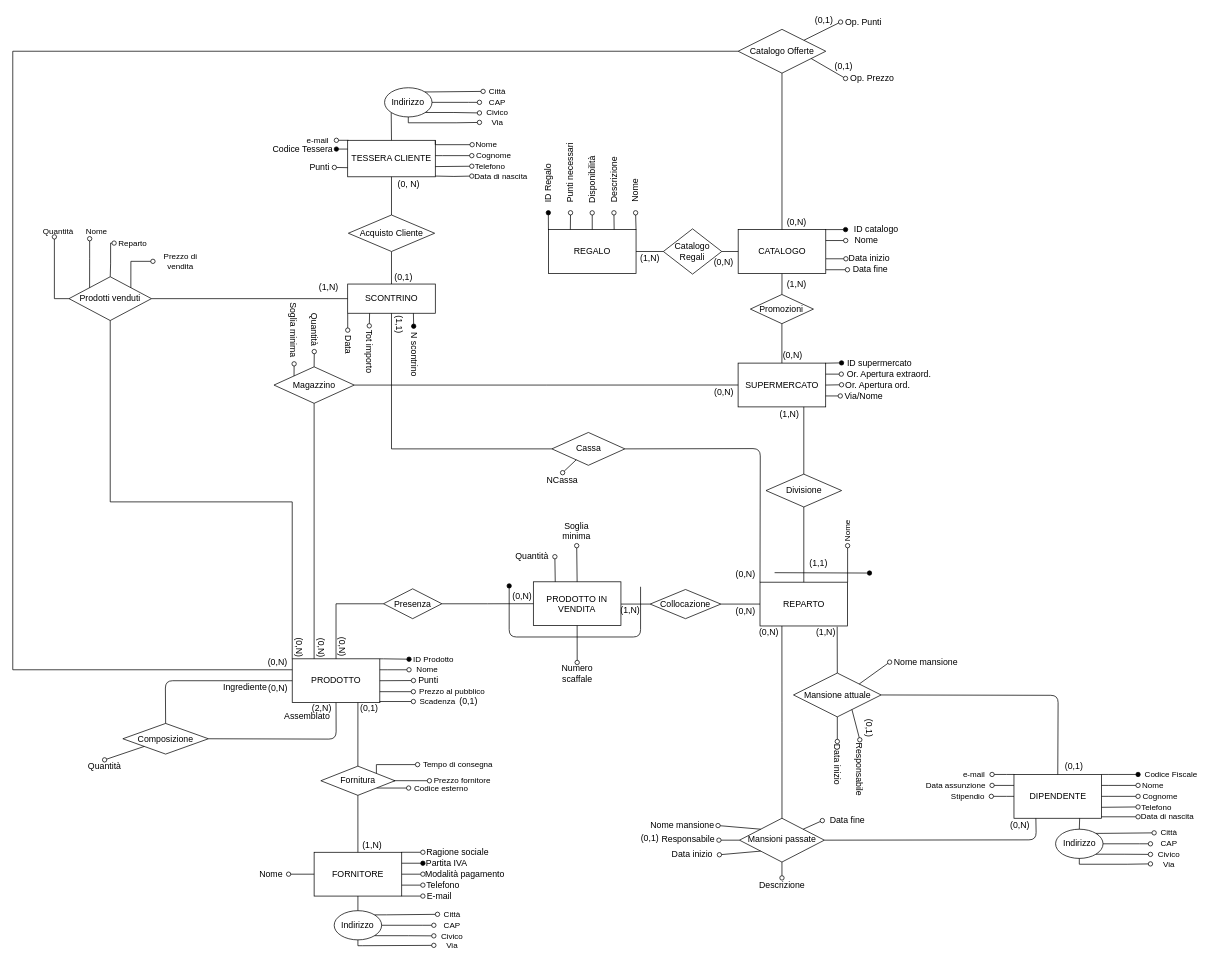
Ghianda22/Effelunga keeps this draw.io diagram as page "Pagina-1" (1 of 2) of preparativi/Tentativo_disperatissimo.drawio. Above is the earlier version. Source tidied: cells renumbered, new cells numbered last; positions are measured from the earlier drawing's top-left corner, leaving out a move shared by most shapes. Both pictures are drawn from the tidied source at 73%, with x=0, y=0 at pixel (12, 12).
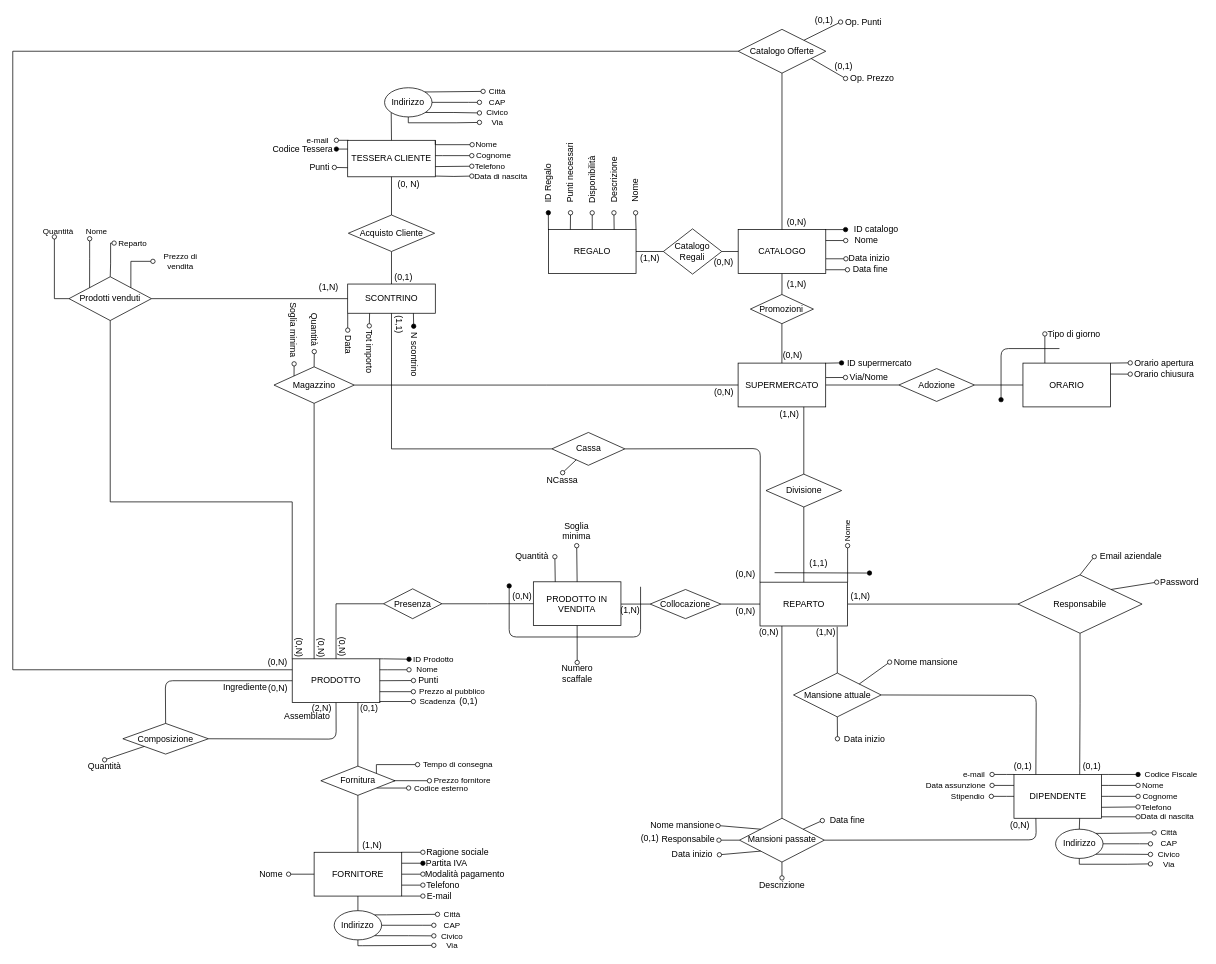
The same diagram, later.

Unchanged cells that the change refers to:
```xml
<mxCell id="2" value="SUPERMERCATO" style="rounded=0;whiteSpace=wrap;html=1;" parent="1" vertex="1">
  <mxGeometry x="993.6" y="479.9" width="120" height="60" as="geometry" />
</mxCell>
<mxCell id="9" value="REPARTO" style="rounded=0;whiteSpace=wrap;html=1;" parent="1" vertex="1">
  <mxGeometry x="1023.6" y="780" width="120" height="60" as="geometry" />
</mxCell>
<mxCell id="14" value="DIPENDENTE" style="rounded=0;whiteSpace=wrap;html=1;" parent="1" vertex="1">
  <mxGeometry x="1371.5" y="1043.4" width="120" height="60" as="geometry" />
</mxCell>
<mxCell id="214" value="Mansione attuale" style="rhombus;rounded=0;whiteSpace=wrap;html=1;" parent="1" vertex="1">
  <mxGeometry x="1069.5" y="904.5" width="120" height="60" as="geometry" />
</mxCell>
```

The edit, as a diff of the source:
```diff
@@
+    <mxCell id="255" style="edgeStyle=orthogonalEdgeStyle;rounded=0;jettySize=auto;html=1;endArrow=none;endFill=0;entryX=0;entryY=0.5;entryDx=0;entryDy=0;" parent="1" edge="1" source="2" target="258">
+      <mxGeometry relative="1" as="geometry" />
+    </mxCell>
@@
-    <mxCell id="3" style="endArrow=none;html=1;entryX=1;entryY=0.75;entryDx=0;entryDy=0;endFill=0;startArrow=oval;startFill=0;exitX=0;exitY=0.5;exitDx=0;exitDy=0;" parent="1" edge="1" source="4">
-      <mxGeometry relative="1" as="geometry">
-        <mxPoint x="1113.6" y="510" as="targetPoint" />
-      </mxGeometry>
-    </mxCell>
-    <mxCell id="4" value="Or. Apertura ord." style="text;html=1;strokeColor=none;fillColor=none;align=center;verticalAlign=middle;whiteSpace=wrap;rounded=0;rotation=0;" parent="1" vertex="1">
-      <mxGeometry x="1135.3" y="489.6" width="100" height="40" as="geometry" />
-    </mxCell>
-    <mxCell id="5" style="endArrow=none;html=1;endFill=0;startArrow=oval;startFill=0;exitX=0;exitY=0.5;exitDx=0;exitDy=0;entryX=1;entryY=0.5;entryDx=0;entryDy=0;" parent="1" edge="1" source="6">
-      <mxGeometry relative="1" as="geometry">
-        <mxPoint x="1113.6" y="495" as="targetPoint" />
-      </mxGeometry>
-    </mxCell>
-    <mxCell id="6" value="Or. Apertura extraord." style="text;html=1;strokeColor=none;fillColor=none;align=center;verticalAlign=middle;whiteSpace=wrap;rounded=0;rotation=0;" parent="1" vertex="1">
-      <mxGeometry x="1135" y="485" width="131.2" height="20" as="geometry" />
-    </mxCell>
@@
+    <mxCell id="256" style="edgeStyle=orthogonalEdgeStyle;rounded=0;jettySize=auto;html=1;startArrow=none;startFill=0;endArrow=none;endFill=0;" parent="1" edge="1" source="9" target="222">
+      <mxGeometry relative="1" as="geometry" />
+    </mxCell>
@@
-    <mxCell id="110" style="endArrow=none;html=1;endFill=0;startArrow=oval;startFill=0;exitX=0;exitY=0.5;exitDx=0;exitDy=0;entryX=1;entryY=0.75;entryDx=0;entryDy=0;" parent="1" edge="1" source="111" target="2">
+    <mxCell id="110" style="endArrow=none;html=1;endFill=0;startArrow=oval;startFill=0;exitX=0;exitY=0.5;exitDx=0;exitDy=0;entryX=1.002;entryY=0.33;entryDx=0;entryDy=0;entryPerimeter=0;" parent="1" edge="1" source="111" target="2">
       <mxGeometry relative="1" as="geometry" />
     </mxCell>
     <mxCell id="111" value="Via/Nome" style="text;html=1;strokeColor=none;fillColor=none;align=center;verticalAlign=middle;whiteSpace=wrap;rounded=0;" parent="1" vertex="1">
-      <mxGeometry x="1133.6" y="514.9" width="64.4" height="20" as="geometry" />
+      <mxGeometry x="1140.7" y="489.6" width="64.4" height="20" as="geometry" />
     </mxCell>
@@
-    <mxCell id="215" style="endArrow=none;html=1;entryX=0.5;entryY=0;entryDx=0;entryDy=0;exitX=1;exitY=0.5;exitDx=0;exitDy=0;" parent="1" edge="1" source="214" target="14">
+    <mxCell id="215" style="endArrow=none;html=1;entryX=0.25;entryY=0;entryDx=0;entryDy=0;exitX=1;exitY=0.5;exitDx=0;exitDy=0;" parent="1" edge="1" source="214" target="14">
       <mxGeometry relative="1" as="geometry">
         <Array as="points">
-          <mxPoint x="1432" y="935" />
+          <mxPoint x="1402" y="935" />
         </Array>
       </mxGeometry>
     </mxCell>
@@
-    <mxCell id="219" value="Data inizio" style="text;html=1;strokeColor=none;fillColor=none;align=center;verticalAlign=middle;whiteSpace=wrap;rounded=0;rotation=90;" parent="1" vertex="1">
-      <mxGeometry x="1097.8" y="1019.9" width="63.4" height="20" as="geometry" />
+    <mxCell id="219" value="Data inizio" style="text;html=1;strokeColor=none;fillColor=none;align=center;verticalAlign=middle;whiteSpace=wrap;rounded=0;rotation=0;" parent="1" vertex="1">
+      <mxGeometry x="1129.7" y="984.5" width="73.8" height="20" as="geometry" />
     </mxCell>
     <mxCell id="220" value="(0,1)" style="text;html=1;strokeColor=none;fillColor=none;align=center;verticalAlign=middle;whiteSpace=wrap;rounded=0;" parent="1" vertex="1">
-      <mxGeometry x="1433.9" y="1022.4" width="40" height="20" as="geometry" />
+      <mxGeometry x="1364" y="1022" width="40" height="20" as="geometry" />
     </mxCell>
-    <mxCell id="221" style="endArrow=none;html=1;endFill=0;startArrow=oval;startFill=0;exitX=0;exitY=0.5;exitDx=0;exitDy=0;entryX=0.75;entryY=1;entryDx=0;entryDy=0;" parent="1" edge="1" source="222" target="214">
-      <mxGeometry relative="1" as="geometry" />
-    </mxCell>
-    <mxCell id="222" value="Responsabile" style="text;html=1;strokeColor=none;fillColor=none;align=center;verticalAlign=middle;whiteSpace=wrap;rounded=0;rotation=90;" parent="1" vertex="1">
-      <mxGeometry x="1119.3" y="1026.9" width="82" height="20" as="geometry" />
-    </mxCell>
-    <mxCell id="223" value="(0,1)" style="text;html=1;strokeColor=none;fillColor=none;align=center;verticalAlign=middle;whiteSpace=wrap;rounded=0;rotation=90;" parent="1" vertex="1">
-      <mxGeometry x="1152.9" y="970" width="40" height="20" as="geometry" />
-    </mxCell>
@@
+    <mxCell id="257" style="edgeStyle=orthogonalEdgeStyle;rounded=0;jettySize=auto;html=1;endArrow=none;endFill=0;" parent="1" edge="1" source="258" target="259">
+      <mxGeometry relative="1" as="geometry" />
+    </mxCell>
+    <mxCell id="258" value="Adozione" style="rhombus;whiteSpace=wrap;html=1;" parent="1" vertex="1">
+      <mxGeometry x="1213.8" y="487.4" width="103.6" height="45" as="geometry" />
+    </mxCell>
+    <mxCell id="259" value="ORARIO" style="rounded=0;whiteSpace=wrap;html=1;" parent="1" vertex="1">
+      <mxGeometry x="1383.8" y="479.9" width="120" height="60" as="geometry" />
+    </mxCell>
+    <mxCell id="260" style="endArrow=none;html=1;entryX=0.25;entryY=0;entryDx=0;entryDy=0;endFill=0;startArrow=oval;startFill=0;exitX=0;exitY=0.5;exitDx=0;exitDy=0;" parent="1" edge="1" source="261" target="259">
+      <mxGeometry relative="1" as="geometry" />
+    </mxCell>
+    <mxCell id="261" value="Tipo di giorno" style="text;html=1;strokeColor=none;fillColor=none;align=center;verticalAlign=middle;whiteSpace=wrap;rounded=0;" parent="1" vertex="1">
+      <mxGeometry x="1413.8" y="429.9" width="80" height="20" as="geometry" />
+    </mxCell>
+    <mxCell id="262" style="endArrow=none;html=1;endFill=0;startArrow=oval;startFill=1;" parent="1" edge="1">
+      <mxGeometry relative="1" as="geometry">
+        <mxPoint x="1353.8" y="530" as="sourcePoint" />
+        <mxPoint x="1433.8" y="460" as="targetPoint" />
+        <Array as="points">
+          <mxPoint x="1353.8" y="460" />
+        </Array>
+      </mxGeometry>
+    </mxCell>
+    <mxCell id="263" style="endArrow=none;html=1;entryX=1;entryY=0;entryDx=0;entryDy=0;endFill=0;startArrow=oval;startFill=0;exitX=0;exitY=0.5;exitDx=0;exitDy=0;" parent="1" edge="1" source="264" target="259">
+      <mxGeometry relative="1" as="geometry" />
+    </mxCell>
+    <mxCell id="264" value="Orario apertura" style="text;html=1;strokeColor=none;fillColor=none;align=center;verticalAlign=middle;whiteSpace=wrap;rounded=0;" parent="1" vertex="1">
+      <mxGeometry x="1530.8" y="469.6" width="93" height="20" as="geometry" />
+    </mxCell>
+    <mxCell id="265" style="endArrow=none;html=1;entryX=1;entryY=0.25;entryDx=0;entryDy=0;endFill=0;startArrow=oval;startFill=0;exitX=0;exitY=0.5;exitDx=0;exitDy=0;" parent="1" edge="1" source="266" target="259">
+      <mxGeometry relative="1" as="geometry" />
+    </mxCell>
+    <mxCell id="266" value="Orario chiusura" style="text;html=1;strokeColor=none;fillColor=none;align=center;verticalAlign=middle;whiteSpace=wrap;rounded=0;" parent="1" vertex="1">
+      <mxGeometry x="1530.8" y="485" width="93" height="20" as="geometry" />
+    </mxCell>
+    <mxCell id="267" style="edgeStyle=orthogonalEdgeStyle;rounded=0;jettySize=auto;html=1;entryX=0.75;entryY=0;entryDx=0;entryDy=0;startArrow=none;startFill=0;endArrow=none;endFill=0;" parent="1" edge="1" source="222" target="14">
+      <mxGeometry relative="1" as="geometry" />
+    </mxCell>
+    <mxCell id="222" value="Responsabile" style="rhombus;whiteSpace=wrap;html=1;" parent="1" vertex="1">
+      <mxGeometry x="1377" y="770" width="170" height="80" as="geometry" />
+    </mxCell>
+    <mxCell id="268" style="endArrow=none;html=1;entryX=0.5;entryY=0;entryDx=0;entryDy=0;endFill=0;startArrow=oval;startFill=0;exitX=0;exitY=0.5;exitDx=0;exitDy=0;" parent="1" edge="1" source="269" target="222">
+      <mxGeometry relative="1" as="geometry" />
+    </mxCell>
+    <mxCell id="269" value="Email aziendale" style="text;html=1;strokeColor=none;fillColor=none;align=center;verticalAlign=middle;whiteSpace=wrap;rounded=0;" parent="1" vertex="1">
+      <mxGeometry x="1481.5" y="735.1" width="100" height="20" as="geometry" />
+    </mxCell>
+    <mxCell id="270" style="endArrow=none;html=1;entryX=1;entryY=0;entryDx=0;entryDy=0;endFill=0;startArrow=oval;startFill=0;exitX=0;exitY=0.5;exitDx=0;exitDy=0;" parent="1" edge="1" source="271" target="222">
+      <mxGeometry relative="1" as="geometry" />
+    </mxCell>
+    <mxCell id="271" value="Password" style="text;html=1;strokeColor=none;fillColor=none;align=center;verticalAlign=middle;whiteSpace=wrap;rounded=0;" parent="1" vertex="1">
+      <mxGeometry x="1567" y="770" width="63" height="20" as="geometry" />
+    </mxCell>
+    <mxCell id="272" value="(1,N)" style="text;html=1;align=center;verticalAlign=middle;" parent="1" vertex="1">
+      <mxGeometry x="1141.3" y="789.1" width="40" height="20" as="geometry" />
+    </mxCell>
+    <mxCell id="223" value="(0,1)" style="text;html=1;align=center;verticalAlign=middle;" parent="1" vertex="1">
+      <mxGeometry x="1457.8" y="1022.9" width="40" height="20" as="geometry" />
+    </mxCell>
```
